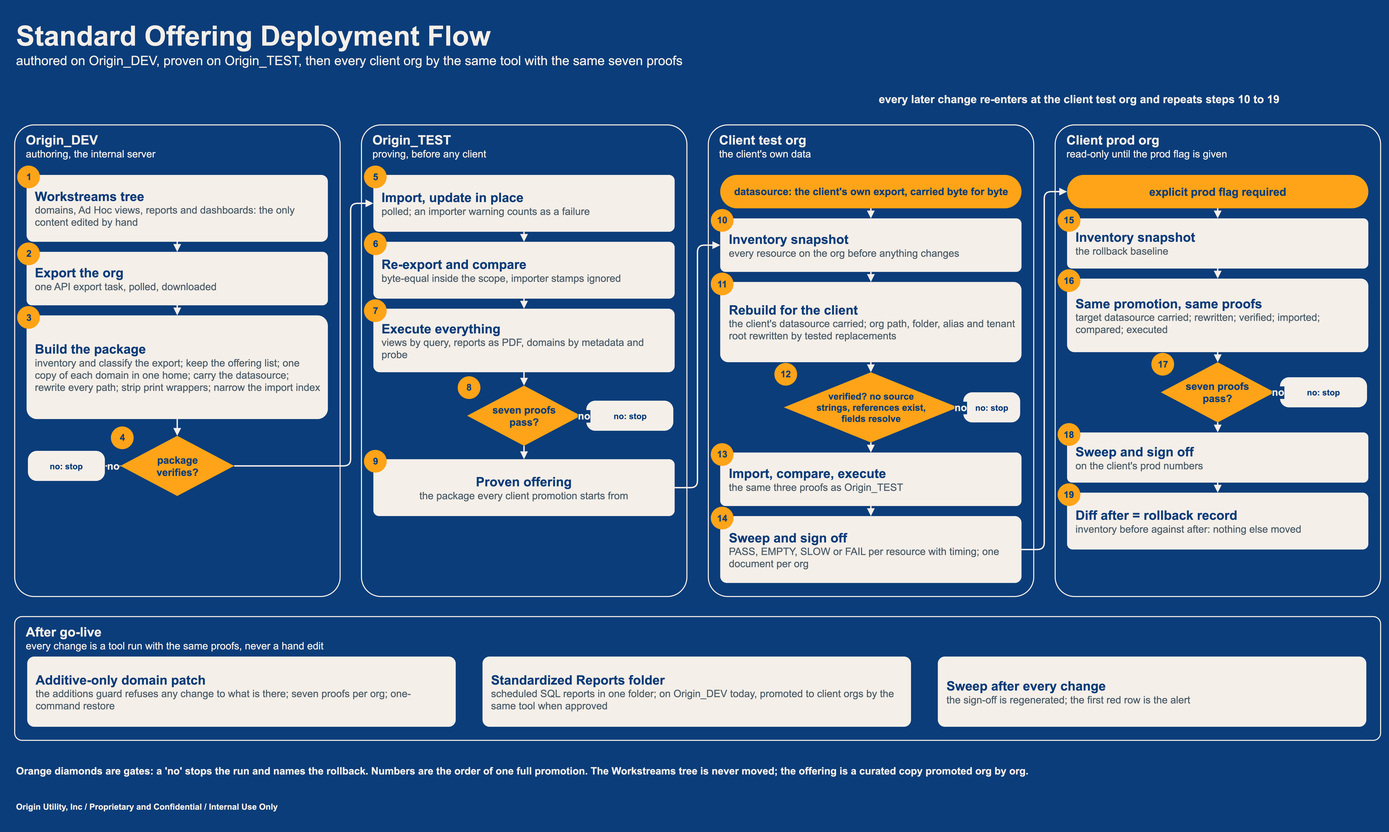
Above: jaspersoft/docs/deployment_deck/visuals/standard_offering_deployment_flow.drawio.png in chasepowers59/OriginBA (draw.io), before the change. Source tidied: cells renumbered, new cells last; positions are measured from the earlier drawing's top-left corner, leaving out a move shared by most shapes.
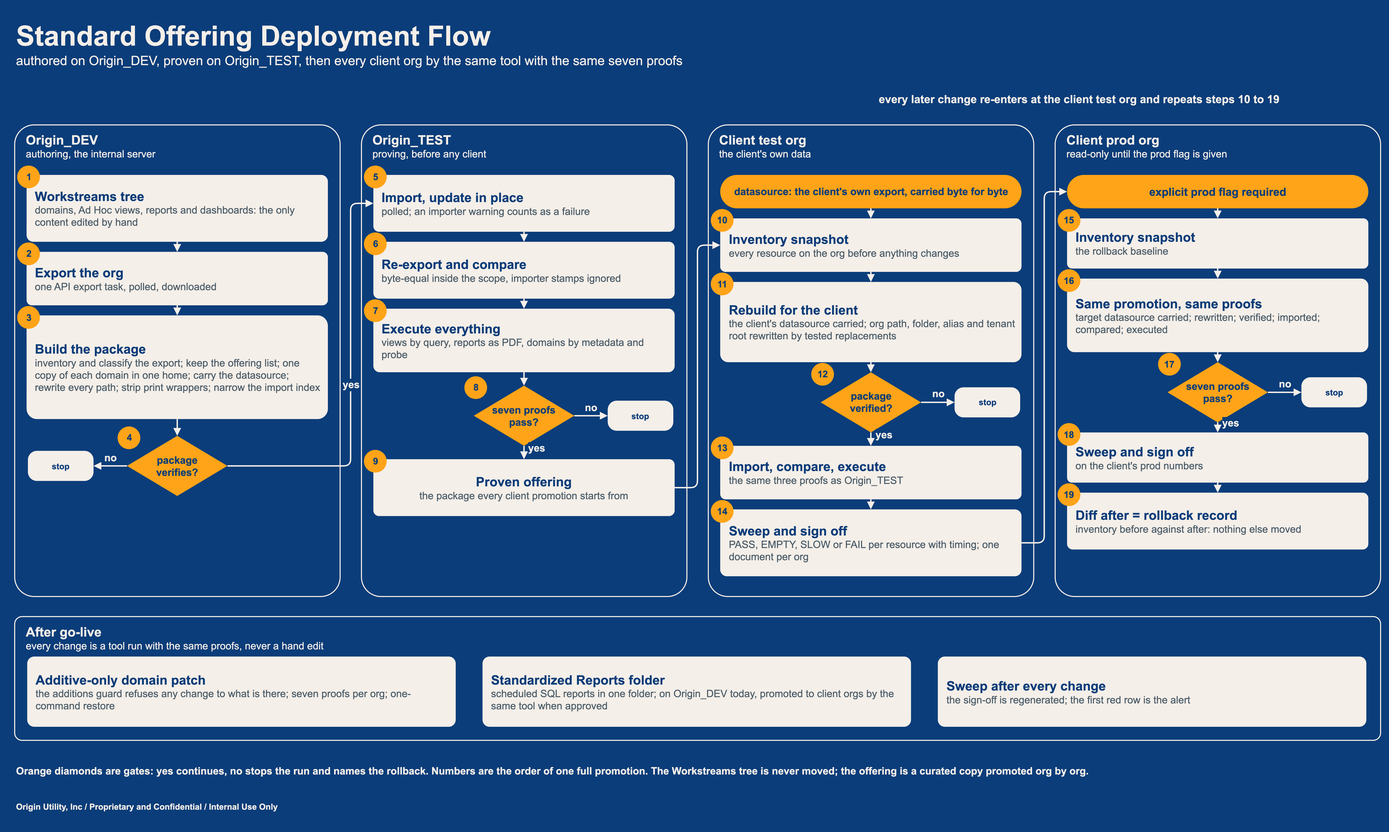
Above is the later version.

The edit, as a diff of the source:
```diff
@@ -37,10 +37,10 @@
     </mxCell>
-    <mxCell id="13" value="package verifies?" style="html=1;whiteSpace=wrap;fontFamily=Arial;rhombus;fillColor=#FFA418;strokeColor=none;fontColor=#0B3D7A;fontStyle=1;fontSize=14.6;spacingLeft=26;spacingRight=26;" parent="3" vertex="1">
-      <mxGeometry x="151.7" y="446.4" width="163.2" height="86.4" as="geometry" />
+    <mxCell id="13" value="package verifies?" style="html=1;whiteSpace=wrap;fontFamily=Arial;rhombus;fillColor=#FFA418;strokeColor=none;fontColor=#0B3D7A;fontStyle=1;fontSize=14.6;spacingLeft=23;spacingRight=23;" parent="3" vertex="1">
+      <mxGeometry x="161.3" y="446.4" width="144" height="86.4" as="geometry" />
     </mxCell>
     <mxCell id="14" value="4" style="html=1;whiteSpace=wrap;fontFamily=Arial;ellipse;fillColor=#FFA418;strokeColor=none;fontColor=#0B3D7A;fontStyle=1;fontSize=13.3;spacing=0;" parent="3" vertex="1">
-      <mxGeometry x="138.2" y="433" width="32.6" height="32.6" as="geometry" />
+      <mxGeometry x="147.8" y="433" width="32.6" height="32.6" as="geometry" />
     </mxCell>
-    <mxCell id="15" value="no: stop" style="html=1;whiteSpace=wrap;fontFamily=Arial;rounded=1;arcSize=30;fillColor=#F5EFE9;strokeColor=none;fontColor=#0B3D7A;fontStyle=1;fontSize=12;" parent="3" vertex="1">
-      <mxGeometry x="19.2" y="468" width="110.4" height="43.2" as="geometry" />
+    <mxCell id="15" value="stop" style="html=1;whiteSpace=wrap;fontFamily=Arial;rounded=1;arcSize=30;fillColor=#F5EFE9;strokeColor=none;fontColor=#0B3D7A;fontStyle=1;fontSize=12;" parent="3" vertex="1">
+      <mxGeometry x="19.2" y="468" width="94.1" height="43.2" as="geometry" />
     </mxCell>
@@ -64,10 +64,10 @@
     </mxCell>
-    <mxCell id="22" value="seven proofs pass?" style="html=1;whiteSpace=wrap;fontFamily=Arial;rhombus;fillColor=#FFA418;strokeColor=none;fontColor=#0B3D7A;fontStyle=1;fontSize=14.6;spacingLeft=26;spacingRight=26;" parent="4" vertex="1">
-      <mxGeometry x="151.7" y="374.4" width="163.2" height="86.4" as="geometry" />
+    <mxCell id="22" value="seven proofs pass?" style="html=1;whiteSpace=wrap;fontFamily=Arial;rhombus;fillColor=#FFA418;strokeColor=none;fontColor=#0B3D7A;fontStyle=1;fontSize=14.6;spacingLeft=23;spacingRight=23;" parent="4" vertex="1">
+      <mxGeometry x="161.3" y="374.4" width="144" height="86.4" as="geometry" />
     </mxCell>
     <mxCell id="23" value="8" style="html=1;whiteSpace=wrap;fontFamily=Arial;ellipse;fillColor=#FFA418;strokeColor=none;fontColor=#0B3D7A;fontStyle=1;fontSize=13.3;spacing=0;" parent="4" vertex="1">
-      <mxGeometry x="138.2" y="361" width="32.6" height="32.6" as="geometry" />
+      <mxGeometry x="147.8" y="361" width="32.6" height="32.6" as="geometry" />
     </mxCell>
-    <mxCell id="24" value="no: stop" style="html=1;whiteSpace=wrap;fontFamily=Arial;rounded=1;arcSize=30;fillColor=#F5EFE9;strokeColor=none;fontColor=#0B3D7A;fontStyle=1;fontSize=12;" parent="4" vertex="1">
-      <mxGeometry x="322.6" y="396" width="124.8" height="43.2" as="geometry" />
+    <mxCell id="24" value="stop" style="html=1;whiteSpace=wrap;fontFamily=Arial;rounded=1;arcSize=30;fillColor=#F5EFE9;strokeColor=none;fontColor=#0B3D7A;fontStyle=1;fontSize=12;" parent="4" vertex="1">
+      <mxGeometry x="353.3" y="396" width="94.1" height="43.2" as="geometry" />
     </mxCell>
@@ -94,22 +94,22 @@
     </mxCell>
-    <mxCell id="32" value="verified? no source strings, references exist, fields resolve" style="html=1;whiteSpace=wrap;fontFamily=Arial;rhombus;fillColor=#FFA418;strokeColor=none;fontColor=#0B3D7A;fontStyle=1;fontSize=13.3;spacingLeft=39;spacingRight=39;" parent="5" vertex="1">
-      <mxGeometry x="108.5" y="355.2" width="249.6" height="100.8" as="geometry" />
+    <mxCell id="32" value="package verified?" style="html=1;whiteSpace=wrap;fontFamily=Arial;rhombus;fillColor=#FFA418;strokeColor=none;fontColor=#0B3D7A;fontStyle=1;fontSize=14.6;spacingLeft=23;spacingRight=23;" parent="5" vertex="1">
+      <mxGeometry x="161.3" y="355.2" width="144" height="86.4" as="geometry" />
     </mxCell>
     <mxCell id="33" value="12" style="html=1;whiteSpace=wrap;fontFamily=Arial;ellipse;fillColor=#FFA418;strokeColor=none;fontColor=#0B3D7A;fontStyle=1;fontSize=13.3;spacing=0;" parent="5" vertex="1">
-      <mxGeometry x="95" y="341.8" width="32.6" height="32.6" as="geometry" />
+      <mxGeometry x="147.8" y="341.8" width="32.6" height="32.6" as="geometry" />
     </mxCell>
-    <mxCell id="34" value="no: stop" style="html=1;whiteSpace=wrap;fontFamily=Arial;rounded=1;arcSize=30;fillColor=#F5EFE9;strokeColor=none;fontColor=#0B3D7A;fontStyle=1;fontSize=12;" parent="5" vertex="1">
-      <mxGeometry x="365.8" y="384" width="81.6" height="43.2" as="geometry" />
+    <mxCell id="34" value="stop" style="html=1;whiteSpace=wrap;fontFamily=Arial;rounded=1;arcSize=30;fillColor=#F5EFE9;strokeColor=none;fontColor=#0B3D7A;fontStyle=1;fontSize=12;" parent="5" vertex="1">
+      <mxGeometry x="353.3" y="376.8" width="94.1" height="43.2" as="geometry" />
     </mxCell>
     <mxCell id="35" value="&lt;b&gt;&lt;font style=&quot;font-size:18.6px&quot; color=&quot;#0B3D7A&quot;&gt;Import, compare, execute&lt;/font&gt;&lt;/b&gt;&lt;br&gt;&lt;font style=&quot;font-size:14.6px&quot; color=&quot;#4C5D69&quot;&gt;the same three proofs as Origin_TEST&lt;/font&gt;" style="html=1;whiteSpace=wrap;fontFamily=Arial;rounded=1;arcSize=10;fillColor=#F5EFE9;strokeColor=none;align=left;verticalAlign=middle;spacingLeft=10;spacingRight=8;" parent="5" vertex="1">
-      <mxGeometry x="17.3" y="470.4" width="432" height="76.8" as="geometry" />
+      <mxGeometry x="17.3" y="460.8" width="432" height="76.8" as="geometry" />
     </mxCell>
     <mxCell id="36" value="13" style="html=1;whiteSpace=wrap;fontFamily=Arial;ellipse;fillColor=#FFA418;strokeColor=none;fontColor=#0B3D7A;fontStyle=1;fontSize=13.3;spacing=0;" parent="5" vertex="1">
-      <mxGeometry x="3.8" y="457" width="32.6" height="32.6" as="geometry" />
+      <mxGeometry x="3.8" y="447.4" width="32.6" height="32.6" as="geometry" />
     </mxCell>
     <mxCell id="37" value="&lt;b&gt;&lt;font style=&quot;font-size:18.6px&quot; color=&quot;#0B3D7A&quot;&gt;Sweep and sign off&lt;/font&gt;&lt;/b&gt;&lt;br&gt;&lt;font style=&quot;font-size:14.6px&quot; color=&quot;#4C5D69&quot;&gt;PASS, EMPTY, SLOW or FAIL per resource with timing; one document per org&lt;/font&gt;" style="html=1;whiteSpace=wrap;fontFamily=Arial;rounded=1;arcSize=10;fillColor=#F5EFE9;strokeColor=none;align=left;verticalAlign=middle;spacingLeft=10;spacingRight=8;" parent="5" vertex="1">
-      <mxGeometry x="17.3" y="561.6" width="432" height="96" as="geometry" />
+      <mxGeometry x="17.3" y="552" width="432" height="96" as="geometry" />
     </mxCell>
     <mxCell id="38" value="14" style="html=1;whiteSpace=wrap;fontFamily=Arial;ellipse;fillColor=#FFA418;strokeColor=none;fontColor=#0B3D7A;fontStyle=1;fontSize=13.3;spacing=0;" parent="5" vertex="1">
-      <mxGeometry x="3.8" y="548.2" width="32.6" height="32.6" as="geometry" />
+      <mxGeometry x="3.8" y="538.6" width="32.6" height="32.6" as="geometry" />
     </mxCell>
@@ -130,10 +130,10 @@
     </mxCell>
-    <mxCell id="44" value="seven proofs pass?" style="html=1;whiteSpace=wrap;fontFamily=Arial;rhombus;fillColor=#FFA418;strokeColor=none;fontColor=#0B3D7A;fontStyle=1;fontSize=14.6;spacingLeft=26;spacingRight=26;" parent="6" vertex="1">
-      <mxGeometry x="151.7" y="340.8" width="163.2" height="86.4" as="geometry" />
+    <mxCell id="44" value="seven proofs pass?" style="html=1;whiteSpace=wrap;fontFamily=Arial;rhombus;fillColor=#FFA418;strokeColor=none;fontColor=#0B3D7A;fontStyle=1;fontSize=14.6;spacingLeft=23;spacingRight=23;" parent="6" vertex="1">
+      <mxGeometry x="161.3" y="340.8" width="144" height="86.4" as="geometry" />
     </mxCell>
     <mxCell id="45" value="17" style="html=1;whiteSpace=wrap;fontFamily=Arial;ellipse;fillColor=#FFA418;strokeColor=none;fontColor=#0B3D7A;fontStyle=1;fontSize=13.3;spacing=0;" parent="6" vertex="1">
-      <mxGeometry x="138.2" y="327.4" width="32.6" height="32.6" as="geometry" />
+      <mxGeometry x="147.8" y="327.4" width="32.6" height="32.6" as="geometry" />
     </mxCell>
-    <mxCell id="46" value="no: stop" style="html=1;whiteSpace=wrap;fontFamily=Arial;rounded=1;arcSize=30;fillColor=#F5EFE9;strokeColor=none;fontColor=#0B3D7A;fontStyle=1;fontSize=12;" parent="6" vertex="1">
-      <mxGeometry x="322.6" y="362.4" width="124.8" height="43.2" as="geometry" />
+    <mxCell id="46" value="stop" style="html=1;whiteSpace=wrap;fontFamily=Arial;rounded=1;arcSize=30;fillColor=#F5EFE9;strokeColor=none;fontColor=#0B3D7A;fontStyle=1;fontSize=12;" parent="6" vertex="1">
+      <mxGeometry x="353.3" y="362.4" width="94.1" height="43.2" as="geometry" />
     </mxCell>
@@ -173,5 +173,7 @@
     <mxCell id="58" value="no" style="html=1;whiteSpace=nowrap;fontFamily=Arial;edgeStyle=orthogonalEdgeStyle;rounded=1;strokeColor=#F5EFE9;strokeWidth=2;endArrow=block;endFill=1;fontColor=#F5EFE9;fontSize=14.6;fontStyle=1;labelBackgroundColor=#0B3D7A;" parent="3" edge="1" source="13" target="15">
-      <mxGeometry relative="1" as="geometry" />
+      <mxGeometry relative="1" as="geometry">
+        <mxPoint y="-12" as="offset" />
+      </mxGeometry>
     </mxCell>
-    <mxCell id="59" style="html=1;whiteSpace=nowrap;fontFamily=Arial;edgeStyle=orthogonalEdgeStyle;rounded=1;strokeColor=#F5EFE9;strokeWidth=2;endArrow=block;endFill=1;fontColor=#F5EFE9;fontSize=14.6;fontStyle=1;labelBackgroundColor=#0B3D7A;exitX=1;exitY=0.5;exitDx=0;exitDy=0;entryX=0;entryY=0.5;entryDx=0;entryDy=0;" parent="1" edge="1" source="13" target="16">
+    <mxCell id="59" value="yes" style="html=1;whiteSpace=nowrap;fontFamily=Arial;edgeStyle=orthogonalEdgeStyle;rounded=1;strokeColor=#F5EFE9;strokeWidth=2;endArrow=block;endFill=1;fontColor=#F5EFE9;fontSize=14.6;fontStyle=1;labelBackgroundColor=#0B3D7A;exitX=1;exitY=0.5;exitDx=0;exitDy=0;entryX=0;entryY=0.5;entryDx=0;entryDy=0;" parent="1" edge="1" source="13" target="16">
       <mxGeometry relative="1" as="geometry">
@@ -193,6 +195,10 @@
     <mxCell id="63" value="no" style="html=1;whiteSpace=nowrap;fontFamily=Arial;edgeStyle=orthogonalEdgeStyle;rounded=1;strokeColor=#F5EFE9;strokeWidth=2;endArrow=block;endFill=1;fontColor=#F5EFE9;fontSize=14.6;fontStyle=1;labelBackgroundColor=#0B3D7A;" parent="4" edge="1" source="22" target="24">
-      <mxGeometry relative="1" as="geometry" />
+      <mxGeometry relative="1" as="geometry">
+        <mxPoint y="-12" as="offset" />
+      </mxGeometry>
     </mxCell>
-    <mxCell id="64" style="html=1;whiteSpace=nowrap;fontFamily=Arial;edgeStyle=orthogonalEdgeStyle;rounded=1;strokeColor=#F5EFE9;strokeWidth=2;endArrow=block;endFill=1;fontColor=#F5EFE9;fontSize=14.6;fontStyle=1;labelBackgroundColor=#0B3D7A;" parent="4" edge="1" source="22" target="25">
-      <mxGeometry relative="1" as="geometry" />
+    <mxCell id="64" value="yes" style="html=1;whiteSpace=nowrap;fontFamily=Arial;edgeStyle=orthogonalEdgeStyle;rounded=1;strokeColor=#F5EFE9;strokeWidth=2;endArrow=block;endFill=1;fontColor=#F5EFE9;fontSize=14.6;fontStyle=1;labelBackgroundColor=#0B3D7A;" parent="4" edge="1" source="22" target="25">
+      <mxGeometry relative="1" as="geometry">
+        <mxPoint x="18" y="-6" as="offset" />
+      </mxGeometry>
     </mxCell>
@@ -216,6 +222,10 @@
     <mxCell id="69" value="no" style="html=1;whiteSpace=nowrap;fontFamily=Arial;edgeStyle=orthogonalEdgeStyle;rounded=1;strokeColor=#F5EFE9;strokeWidth=2;endArrow=block;endFill=1;fontColor=#F5EFE9;fontSize=14.6;fontStyle=1;labelBackgroundColor=#0B3D7A;" parent="5" edge="1" source="32" target="34">
-      <mxGeometry relative="1" as="geometry" />
+      <mxGeometry relative="1" as="geometry">
+        <mxPoint y="-12" as="offset" />
+      </mxGeometry>
     </mxCell>
-    <mxCell id="70" style="html=1;whiteSpace=nowrap;fontFamily=Arial;edgeStyle=orthogonalEdgeStyle;rounded=1;strokeColor=#F5EFE9;strokeWidth=2;endArrow=block;endFill=1;fontColor=#F5EFE9;fontSize=14.6;fontStyle=1;labelBackgroundColor=#0B3D7A;" parent="5" edge="1" source="32" target="35">
-      <mxGeometry relative="1" as="geometry" />
+    <mxCell id="70" value="yes" style="html=1;whiteSpace=nowrap;fontFamily=Arial;edgeStyle=orthogonalEdgeStyle;rounded=1;strokeColor=#F5EFE9;strokeWidth=2;endArrow=block;endFill=1;fontColor=#F5EFE9;fontSize=14.6;fontStyle=1;labelBackgroundColor=#0B3D7A;" parent="5" edge="1" source="32" target="35">
+      <mxGeometry relative="1" as="geometry">
+        <mxPoint x="18" y="-6" as="offset" />
+      </mxGeometry>
     </mxCell>
@@ -227,3 +237,3 @@
         <Array as="points">
-          <mxPoint x="1476.2" y="767.6" />
+          <mxPoint x="1476.2" y="758" />
           <mxPoint x="1476.2" y="254" />
@@ -242,6 +252,10 @@
     <mxCell id="76" value="no" style="html=1;whiteSpace=nowrap;fontFamily=Arial;edgeStyle=orthogonalEdgeStyle;rounded=1;strokeColor=#F5EFE9;strokeWidth=2;endArrow=block;endFill=1;fontColor=#F5EFE9;fontSize=14.6;fontStyle=1;labelBackgroundColor=#0B3D7A;" parent="6" edge="1" source="44" target="46">
-      <mxGeometry relative="1" as="geometry" />
+      <mxGeometry relative="1" as="geometry">
+        <mxPoint y="-12" as="offset" />
+      </mxGeometry>
     </mxCell>
-    <mxCell id="77" style="html=1;whiteSpace=nowrap;fontFamily=Arial;edgeStyle=orthogonalEdgeStyle;rounded=1;strokeColor=#F5EFE9;strokeWidth=2;endArrow=block;endFill=1;fontColor=#F5EFE9;fontSize=14.6;fontStyle=1;labelBackgroundColor=#0B3D7A;" parent="6" edge="1" source="44" target="47">
-      <mxGeometry relative="1" as="geometry" />
+    <mxCell id="77" value="yes" style="html=1;whiteSpace=nowrap;fontFamily=Arial;edgeStyle=orthogonalEdgeStyle;rounded=1;strokeColor=#F5EFE9;strokeWidth=2;endArrow=block;endFill=1;fontColor=#F5EFE9;fontSize=14.6;fontStyle=1;labelBackgroundColor=#0B3D7A;" parent="6" edge="1" source="44" target="47">
+      <mxGeometry relative="1" as="geometry">
+        <mxPoint x="18" y="-6" as="offset" />
+      </mxGeometry>
     </mxCell>
@@ -270,3 +284,3 @@
     </mxCell>
-    <mxCell id="82" value="&lt;b&gt;&lt;font style=&quot;font-size:14.6px&quot; color=&quot;#F5EFE9&quot;&gt;Orange diamonds are gates: a 'no' stops the run and names the rollback. Numbers are the order of one full promotion. The Workstreams tree is never moved; the offering is a curated copy promoted org by org.&lt;/font&gt;&lt;/b&gt;" style="html=1;whiteSpace=wrap;fontFamily=Arial;text;fillColor=none;strokeColor=none;align=left;verticalAlign=top;fontColor=#F5EFE9;" parent="1" vertex="1">
+    <mxCell id="82" value="&lt;b&gt;&lt;font style=&quot;font-size:14.6px&quot; color=&quot;#F5EFE9&quot;&gt;Orange diamonds are gates: yes continues, no stops the run and names the rollback. Numbers are the order of one full promotion. The Workstreams tree is never moved; the offering is a curated copy promoted org by org.&lt;/font&gt;&lt;/b&gt;" style="html=1;whiteSpace=wrap;fontFamily=Arial;text;fillColor=none;strokeColor=none;align=left;verticalAlign=top;fontColor=#F5EFE9;" parent="1" vertex="1">
       <mxGeometry x="-0.2" y="1070" width="1958.4" height="57.6" as="geometry" />
```
